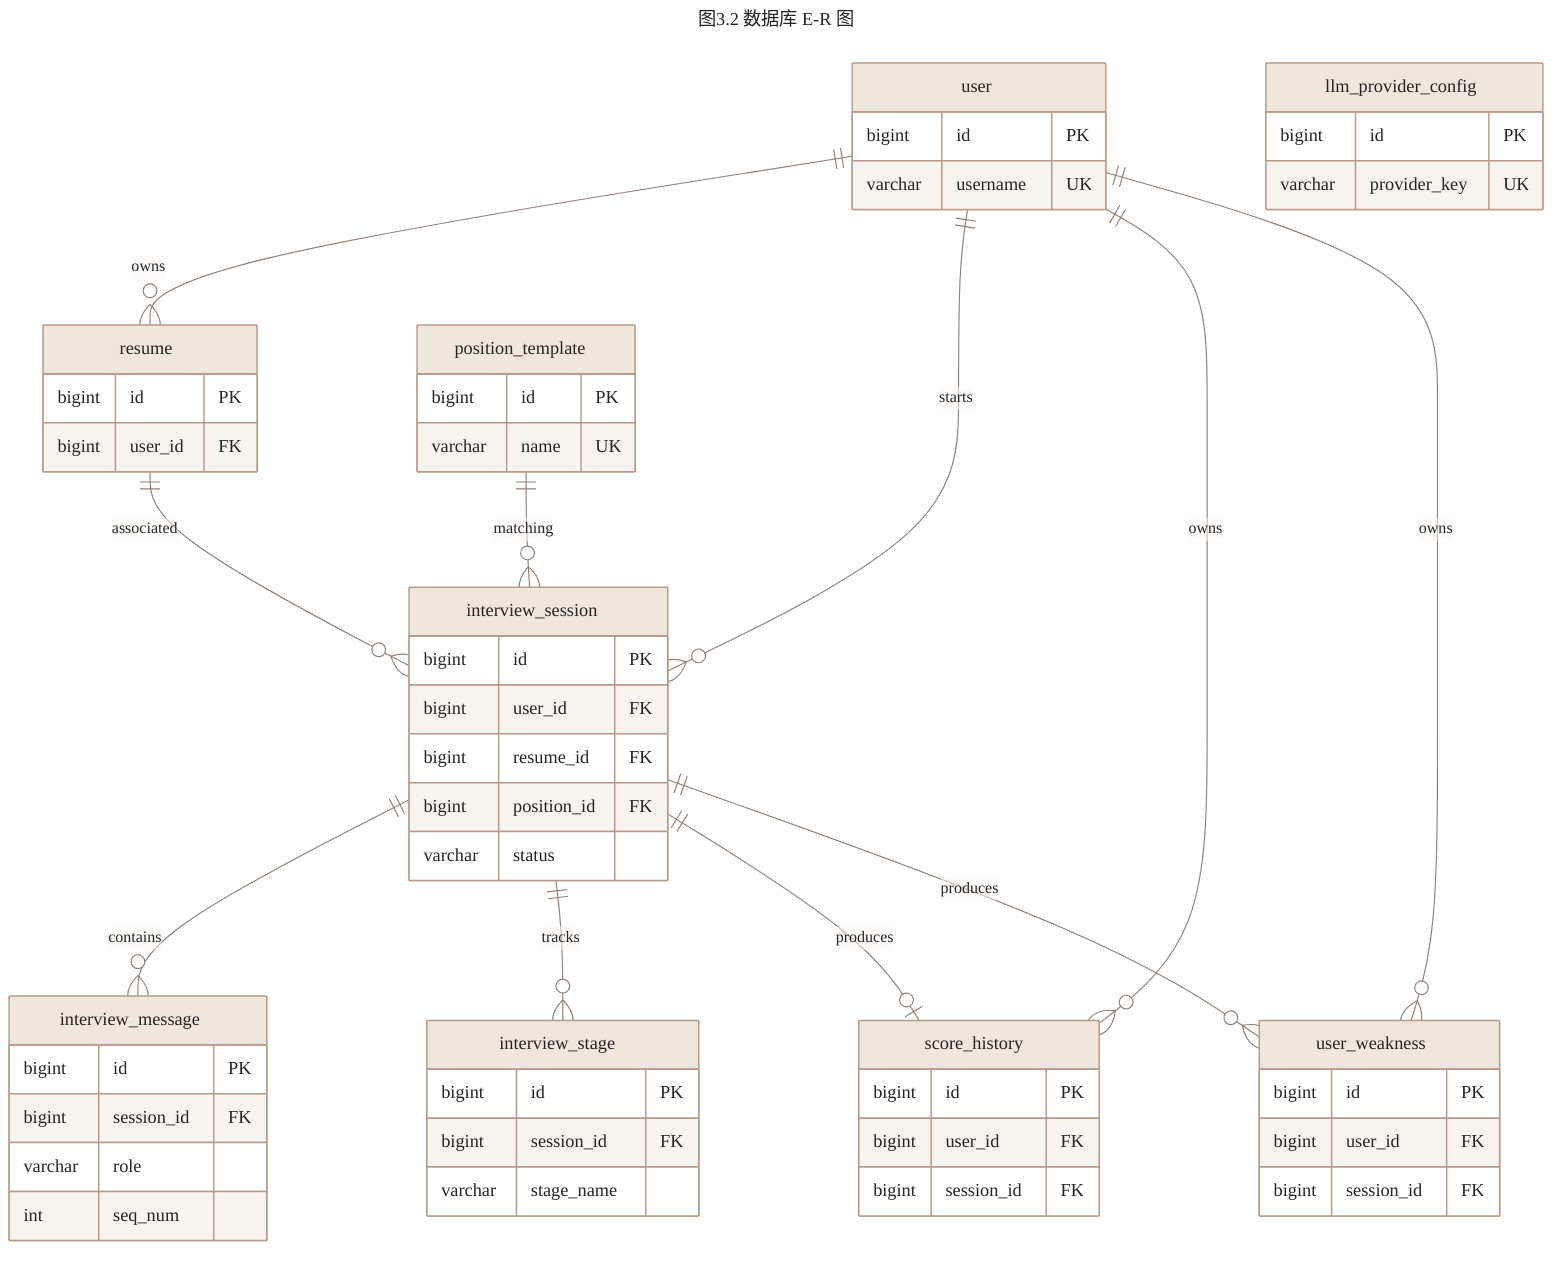
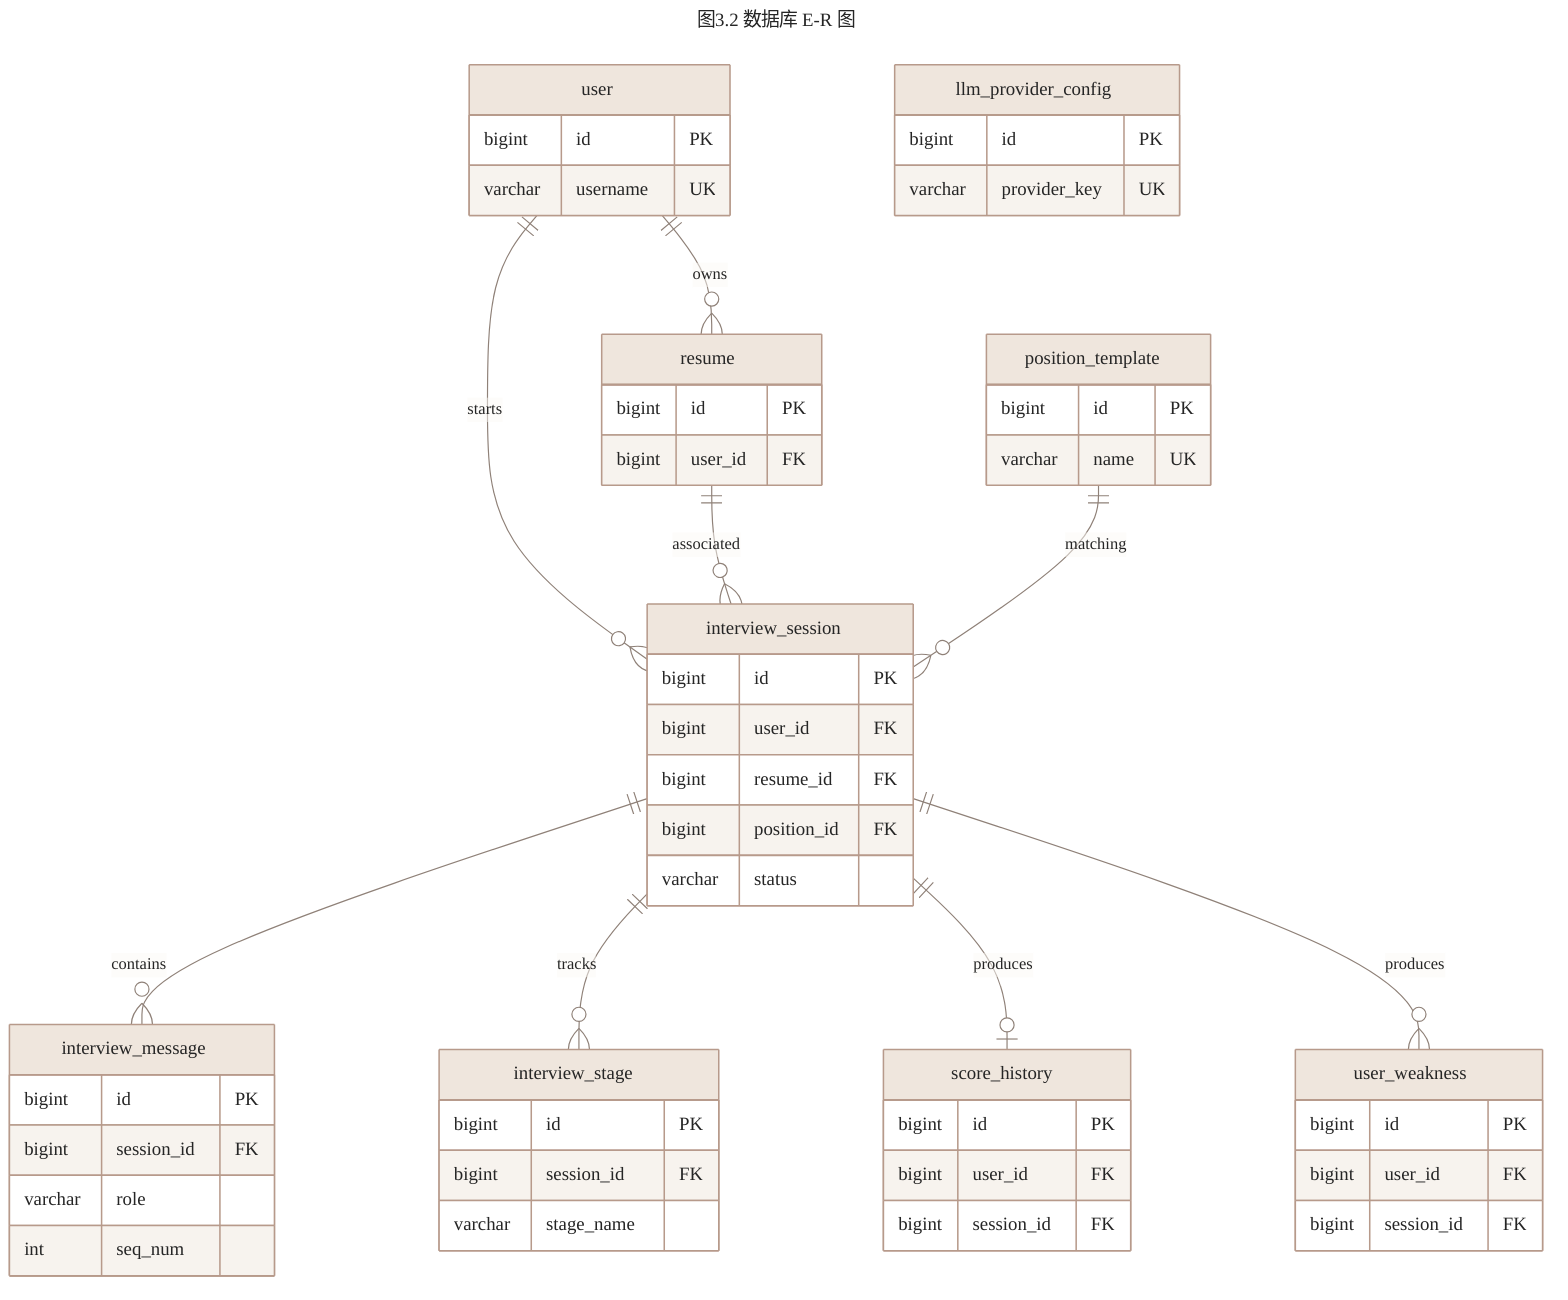
---
title: 图3.2 数据库 E-R 图
config:
  theme: base
  themeVariables:
    background: "#FAF8F2"
    primaryColor: "#EFE6DD"
    primaryBorderColor: "#B79A8B"
    primaryTextColor: "#252525"
    lineColor: "#8F8178"
    secondaryColor: "#F6F0E8"
    tertiaryColor: "#FBFAF6"
    fontFamily: "Microsoft YaHei, SimHei, Arial, sans-serif"
    fontSize: "16px"
---
erDiagram
  user ||--o{ resume : owns
  user ||--o{ interview_session : starts
-   user ||--o{ score_history : owns
-   user ||--o{ user_weakness : owns
  resume ||--o{ interview_session : associated
  position_template ||--o{ interview_session : matching
  interview_session ||--o{ interview_message : contains
  interview_session ||--o{ interview_stage : tracks
  interview_session ||--o| score_history : produces
  interview_session ||--o{ user_weakness : produces

  user {
    bigint id PK
    varchar username UK
  }

  resume {
    bigint id PK
    bigint user_id FK
  }

  position_template {
    bigint id PK
    varchar name UK
  }

  interview_session {
    bigint id PK
    bigint user_id FK
    bigint resume_id FK
    bigint position_id FK
    varchar status
  }

  interview_message {
    bigint id PK
    bigint session_id FK
    varchar role
    int seq_num
  }

  interview_stage {
    bigint id PK
    bigint session_id FK
    varchar stage_name
  }

  score_history {
    bigint id PK
    bigint user_id FK
    bigint session_id FK
  }

  user_weakness {
    bigint id PK
    bigint user_id FK
    bigint session_id FK
  }

  llm_provider_config {
    bigint id PK
    varchar provider_key UK
  }
